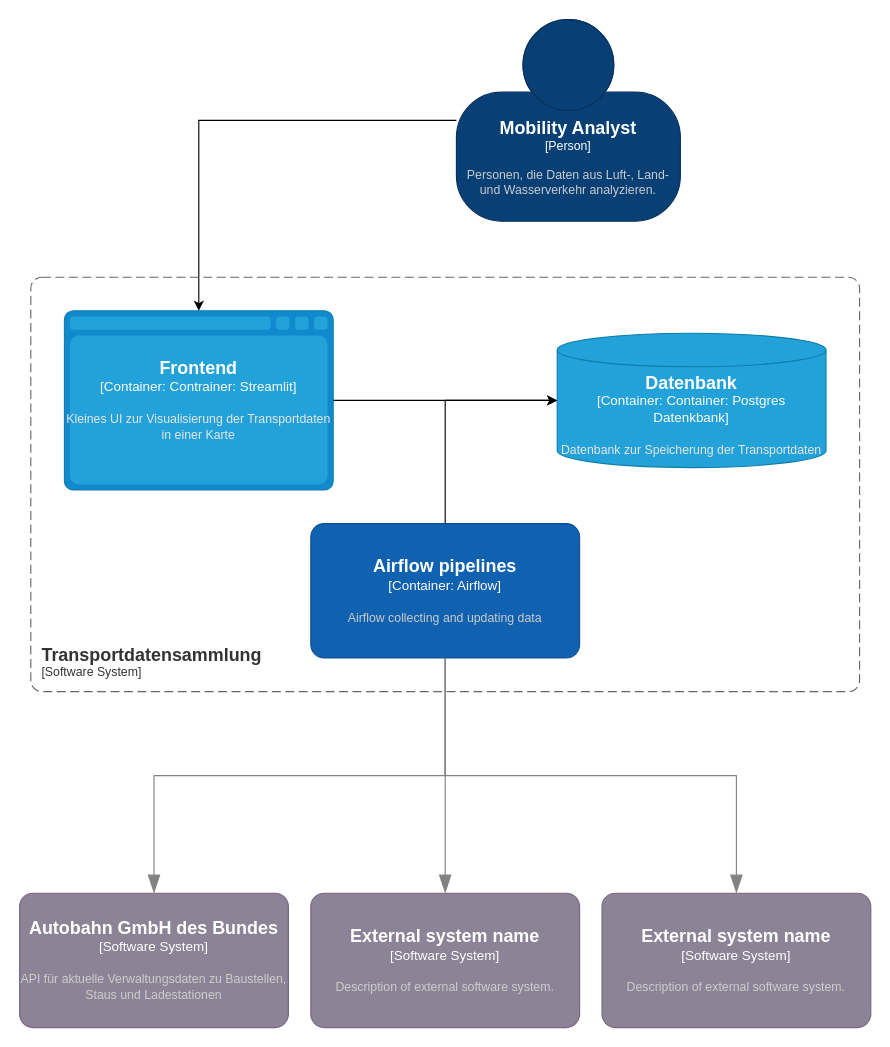
This is C4/ContainerDiagramm.drawio from dhbw-lecture-containerization/TransportDash, a draw.io file, before an edit. Source tidied: cells renumbered, new cells numbered last; positions are measured from the earlier drawing's top-left corner, leaving out a move shared by most shapes. Both pictures are drawn from the tidied source at 112%, with x=0, y=0 at pixel (19, 19).
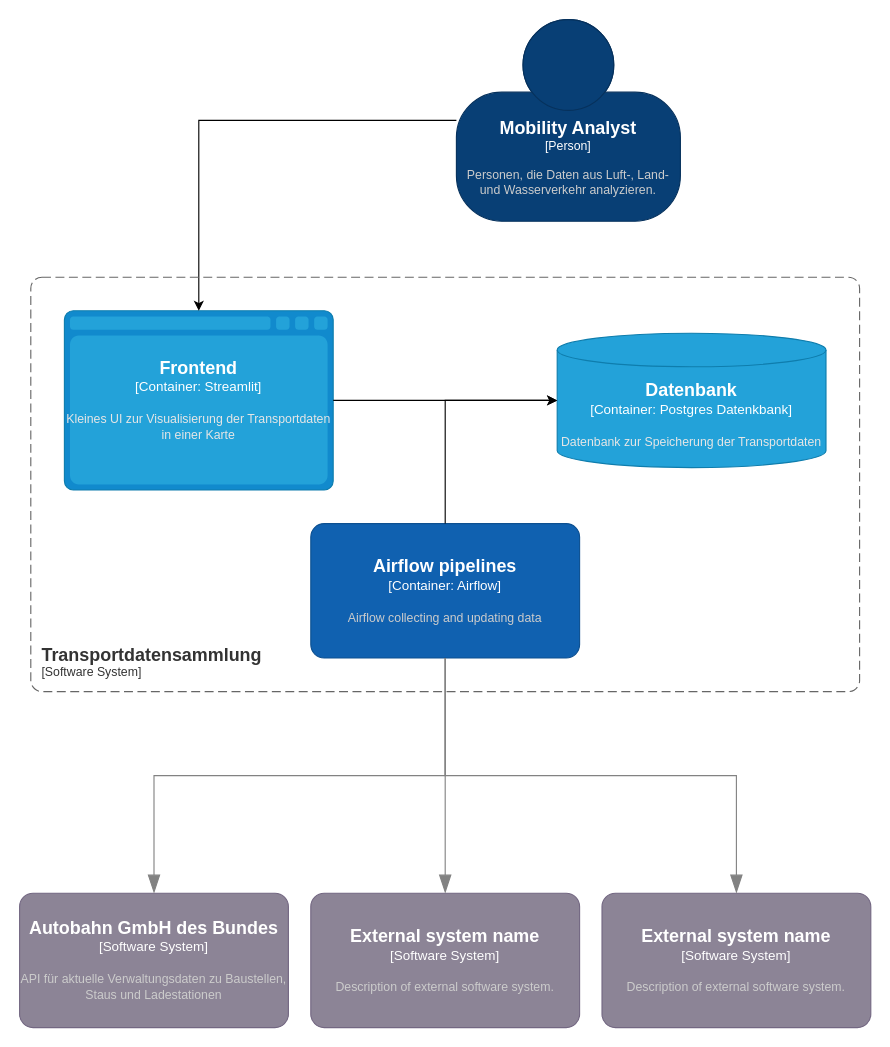
Above is the later version.

Diff of the diagram source:
```diff
@@
-    <object id="10" label="&lt;font style=&quot;font-size: 16px&quot;&gt;&lt;b&gt;%c4Name%&lt;/b&gt;&lt;/font&gt;&lt;div&gt;[%c4Type%:&amp;nbsp;%c4Technology%]&lt;/div&gt;&lt;br&gt;&lt;div&gt;&lt;font style=&quot;font-size: 11px&quot;&gt;&lt;font color=&quot;#E6E6E6&quot;&gt;%c4Description%&lt;/font&gt;&lt;/div&gt;" c4Description="Datenbank zur Speicherung der Transportdaten" c4Name="Datenbank" c4Technology="Container: Postgres Datenkbank" c4Type="Container" placeholders="1">
+    <object id="10" label="&lt;font style=&quot;font-size: 16px&quot;&gt;&lt;b&gt;%c4Name%&lt;/b&gt;&lt;/font&gt;&lt;div&gt;[%c4Type%:&amp;nbsp;%c4Technology%]&lt;/div&gt;&lt;br&gt;&lt;div&gt;&lt;font style=&quot;font-size: 11px&quot;&gt;&lt;font color=&quot;#E6E6E6&quot;&gt;%c4Description%&lt;/font&gt;&lt;/div&gt;" c4Description="Datenbank zur Speicherung der Transportdaten" c4Name="Datenbank" c4Technology="Postgres Datenkbank" c4Type="Container" placeholders="1">
       <mxCell style="shape=cylinder3;size=15;whiteSpace=wrap;html=1;boundedLbl=1;rounded=0;labelBackgroundColor=none;fillColor=#23A2D9;fontSize=12;fontColor=#ffffff;align=center;strokeColor=#0E7DAD;points=[[0.5,0,0],[1,0.25,0],[1,0.5,0],[1,0.75,0],[0.5,1,0],[0,0.75,0],[0,0.5,0],[0,0.25,0]];" parent="1" vertex="1">
         <mxGeometry x="480" y="280" width="240" height="120" as="geometry" />
       </mxCell>
     </object>
@@
-    <object id="12" label="&lt;font style=&quot;font-size: 16px&quot;&gt;&lt;b&gt;%c4Name%&lt;/b&gt;&lt;/font&gt;&lt;div&gt;[%c4Type%:&amp;nbsp;%c4Technology%]&lt;/div&gt;&lt;br&gt;&lt;div&gt;&lt;font style=&quot;font-size: 11px&quot;&gt;&lt;font color=&quot;#E6E6E6&quot;&gt;%c4Description%&lt;/font&gt;&lt;/div&gt;" c4Description="Kleines UI zur Visualisierung der Transportdaten in einer Karte" c4Name="Frontend" c4Technology="Contrainer: Streamlit" c4Type="Container" placeholders="1">
+    <object id="12" label="&lt;font style=&quot;font-size: 16px&quot;&gt;&lt;b&gt;%c4Name%&lt;/b&gt;&lt;/font&gt;&lt;div&gt;[%c4Type%:&amp;nbsp;%c4Technology%]&lt;/div&gt;&lt;br&gt;&lt;div&gt;&lt;font style=&quot;font-size: 11px&quot;&gt;&lt;font color=&quot;#E6E6E6&quot;&gt;%c4Description%&lt;/font&gt;&lt;/div&gt;" c4Description="Kleines UI zur Visualisierung der Transportdaten in einer Karte" c4Name="Frontend" c4Technology="Streamlit" c4Type="Container" placeholders="1">
       <mxCell style="shape=mxgraph.c4.webBrowserContainer2;whiteSpace=wrap;html=1;boundedLbl=1;rounded=0;labelBackgroundColor=none;strokeColor=#118ACD;fillColor=#23A2D9;strokeColor=#118ACD;strokeColor2=#0E7DAD;fontSize=12;fontColor=#ffffff;align=center;points=[[0.5,0,0],[1,0.25,0],[1,0.5,0],[1,0.75,0],[0.5,1,0],[0,0.75,0],[0,0.5,0],[0,0.25,0]];" parent="1" vertex="1">
         <mxGeometry x="40" y="260" width="240" height="160" as="geometry" />
       </mxCell>
     </object>
```
